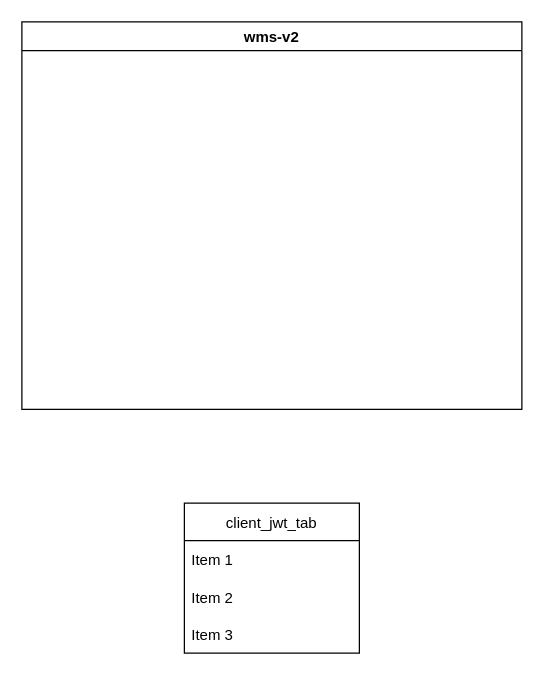
Earlier version of the draw.io diagram jwt-old-desc.drawio (yindongjun/drawio-2). Source tidied: cells renumbered, new cells numbered last; positions are measured from the earlier drawing's top-left corner, leaving out a move shared by most shapes. Both pictures are drawn from the tidied source at 125%, with x=0, y=0 at pixel (21, 21).
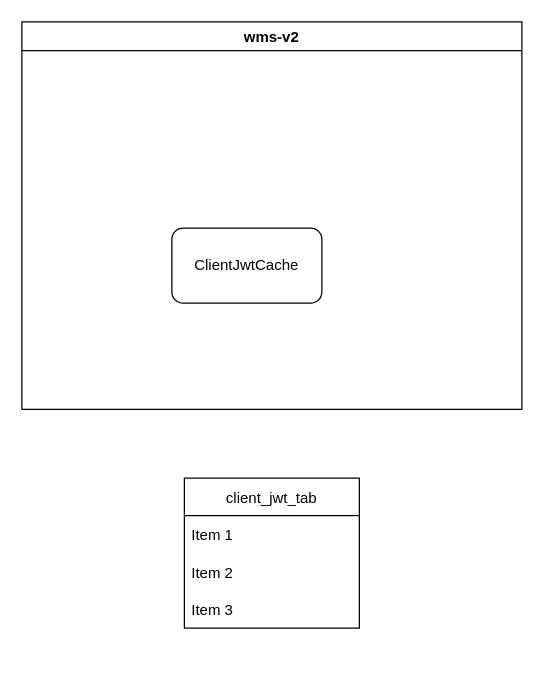
The same page after the edit.

What changed in the source:
```diff
@@
 <mxGraphModel>
   <root>
     <mxCell id="0" />
     <mxCell id="1" parent="0" />
     <mxCell id="2" value="wms-v2" style="swimlane;startSize=23;" parent="1" vertex="1">
       <mxGeometry width="400" height="310" as="geometry" />
     </mxCell>
+    <mxCell id="7" value="ClientJwtCache" style="rounded=1;whiteSpace=wrap;html=1;" parent="2" vertex="1">
+      <mxGeometry x="120" y="165" width="120" height="60" as="geometry" />
+    </mxCell>
     <mxCell id="3" value="client_jwt_tab" style="swimlane;fontStyle=0;horizontal=1;startSize=30;" parent="1" vertex="1">
-      <mxGeometry x="130" y="385" width="140" height="120" as="geometry" />
+      <mxGeometry x="130" y="365" width="140" height="120" as="geometry" />
     </mxCell>
     <mxCell id="4" value="Item 1" style="text;strokeColor=none;fillColor=none;align=left;verticalAlign=middle;spacingLeft=4;spacingRight=4;overflow=hidden;" parent="3" vertex="1">
       <mxGeometry y="30" width="140" height="30" as="geometry" />
     </mxCell>
     <mxCell id="5" value="Item 2" style="text;strokeColor=none;fillColor=none;align=left;verticalAlign=middle;spacingLeft=4;spacingRight=4;overflow=hidden;" parent="3" vertex="1">
       <mxGeometry y="60" width="140" height="30" as="geometry" />
     </mxCell>
     <mxCell id="6" value="Item 3" style="text;strokeColor=none;fillColor=none;align=left;verticalAlign=middle;spacingLeft=4;spacingRight=4;overflow=hidden;" parent="3" vertex="1">
       <mxGeometry y="90" width="140" height="30" as="geometry" />
     </mxCell>
   </root>
 </mxGraphModel>
```
